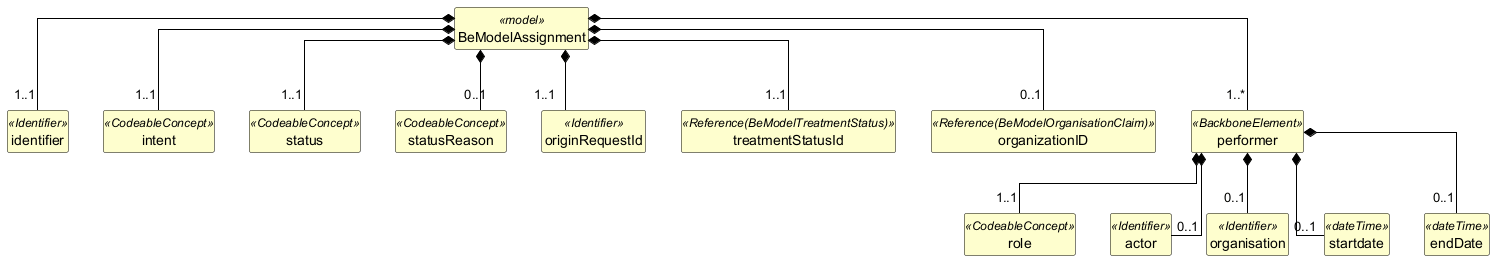
Earlier version of the PlantUML export exports/diagrams/BeModelAssignment-uml.png (caresets/caresets-src).
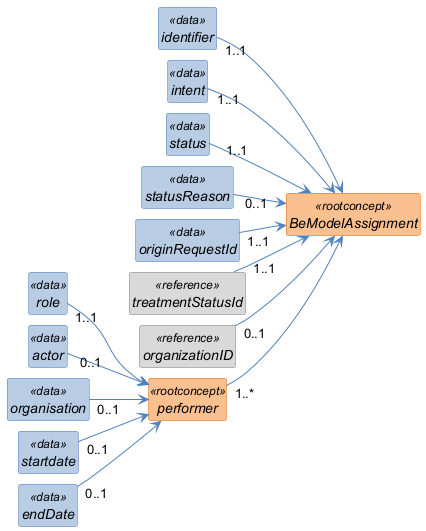
After the commit.

What changed in the source:
```diff
@@ -1,70 +1,77 @@
 @startuml
+left to right direction
 skinparam shadowing false
+skinparam nodesep 10
+skinparam ranksep 40
 skinparam classAttributeIconSize 0
-skinparam linetype ortho
 skinparam class {
-  BackgroundColor #FEFECE
-  BorderColor #000000
-  ArrowColor #000000
-  FontStyle bold
-  AttributeFontStyle normal
+  FontStyle italic
+  BackgroundColor<<rootconcept>> #FAC08F
+  BorderColor<<rootconcept>> #E36C0A
+  BackgroundColor<<data>> #B8CCE4
+  BorderColor<<data>> #4F81BD
+  BackgroundColor<<reference>> #D9D9D9
+  BorderColor<<reference>> #808080
+  BackgroundColor<<value set>> #C3D69B
+  BorderColor<<value set>> #77933C
+  ArrowColor #4F81BD
 }
 hide circle
 hide empty members
 
-class "BeModelAssignment" as BeModelAssignment <<model>> {
+class "BeModelAssignment" as BeModelAssignment <<rootconcept>> {
 }
 
-class "identifier" as BeModelAssignment_identifier <<Identifier>> {
+class "identifier" as BeModelAssignment_identifier <<data>> {
 }
 
-class "intent" as BeModelAssignment_intent <<CodeableConcept>> {
+class "intent" as BeModelAssignment_intent <<data>> {
 }
 
-class "status" as BeModelAssignment_status <<CodeableConcept>> {
+class "status" as BeModelAssignment_status <<data>> {
 }
 
-class "statusReason" as BeModelAssignment_statusReason <<CodeableConcept>> {
+class "statusReason" as BeModelAssignment_statusReason <<data>> {
 }
 
-class "originRequestId" as BeModelAssignment_originRequestId <<Identifier>> {
+class "originRequestId" as BeModelAssignment_originRequestId <<data>> {
 }
 
-class "treatmentStatusId" as BeModelAssignment_treatmentStatusId <<Reference(BeModelTreatmentStatus)>> {
+class "treatmentStatusId" as BeModelAssignment_treatmentStatusId <<reference>> {
 }
 
-class "organizationID" as BeModelAssignment_organizationID <<Reference(BeModelOrganisationClaim)>> {
+class "organizationID" as BeModelAssignment_organizationID <<reference>> {
 }
 
-class "performer" as BeModelAssignment_performer <<BackboneElement>> {
+class "performer" as BeModelAssignment_performer <<rootconcept>> {
 }
 
-class "role" as BeModelAssignment_performer_role <<CodeableConcept>> {
+class "role" as BeModelAssignment_performer_role <<data>> {
 }
 
-class "actor" as BeModelAssignment_performer_actor <<Identifier>> {
+class "actor" as BeModelAssignment_performer_actor <<data>> {
 }
 
-class "organisation" as BeModelAssignment_performer_organisation <<Identifier>> {
+class "organisation" as BeModelAssignment_performer_organisation <<data>> {
 }
 
-class "startdate" as BeModelAssignment_performer_startdate <<dateTime>> {
+class "startdate" as BeModelAssignment_performer_startdate <<data>> {
 }
 
-class "endDate" as BeModelAssignment_performer_endDate <<dateTime>> {
+class "endDate" as BeModelAssignment_performer_endDate <<data>> {
 }
 
-BeModelAssignment *-- "1..1" BeModelAssignment_identifier
-BeModelAssignment *-- "1..1" BeModelAssignment_intent
-BeModelAssignment *-- "1..1" BeModelAssignment_status
-BeModelAssignment *-- "0..1" BeModelAssignment_statusReason
-BeModelAssignment *-- "1..1" BeModelAssignment_originRequestId
-BeModelAssignment *-- "1..1" BeModelAssignment_treatmentStatusId
-BeModelAssignment *-- "0..1" BeModelAssignment_organizationID
-BeModelAssignment *-- "1..*" BeModelAssignment_performer
-BeModelAssignment_performer *-- "1..1" BeModelAssignment_performer_role
-BeModelAssignment_performer *-- "0..1" BeModelAssignment_performer_actor
-BeModelAssignment_performer *-- "0..1" BeModelAssignment_performer_organisation
-BeModelAssignment_performer *-- "0..1" BeModelAssignment_performer_startdate
-BeModelAssignment_performer *-- "0..1" BeModelAssignment_performer_endDate
+BeModelAssignment_identifier "1..1" --> BeModelAssignment
+BeModelAssignment_intent "1..1" --> BeModelAssignment
+BeModelAssignment_status "1..1" --> BeModelAssignment
+BeModelAssignment_statusReason "0..1" --> BeModelAssignment
+BeModelAssignment_originRequestId "1..1" --> BeModelAssignment
+BeModelAssignment_treatmentStatusId "1..1" --> BeModelAssignment
+BeModelAssignment_organizationID "0..1" --> BeModelAssignment
+BeModelAssignment_performer "1..*" --> BeModelAssignment
+BeModelAssignment_performer_role "1..1" --> BeModelAssignment_performer
+BeModelAssignment_performer_actor "0..1" --> BeModelAssignment_performer
+BeModelAssignment_performer_organisation "0..1" --> BeModelAssignment_performer
+BeModelAssignment_performer_startdate "0..1" --> BeModelAssignment_performer
+BeModelAssignment_performer_endDate "0..1" --> BeModelAssignment_performer
 @enduml
```
